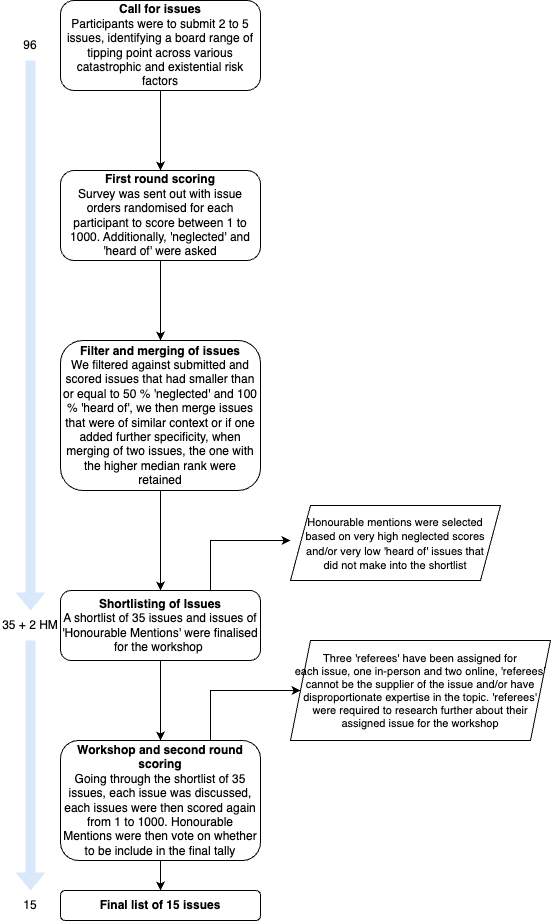
Above: docs/figures/HS_process.png in chrischank/GCR-Horizon-Scan (draw.io), before the change. Source tidied: cells renumbered, new cells last; positions are measured from the earlier drawing's top-left corner, leaving out a move shared by most shapes.
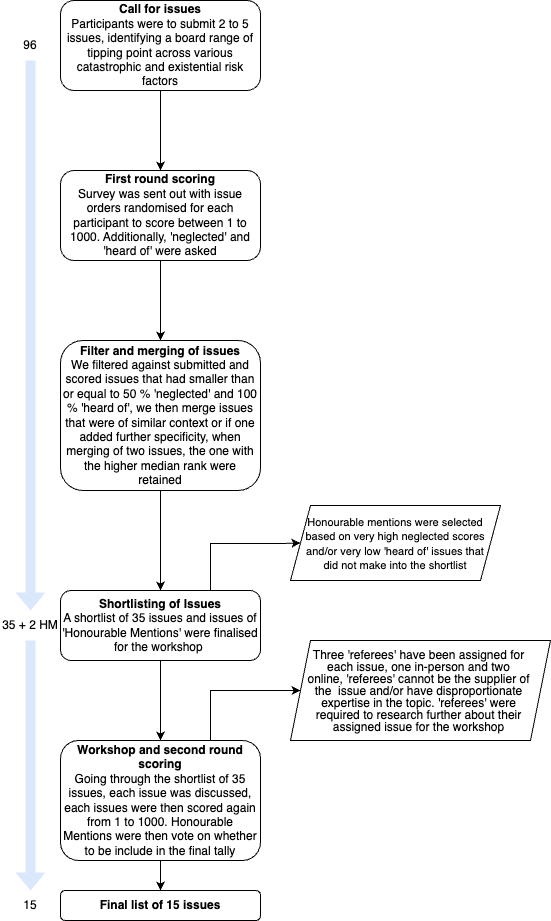
The same file after the commit.

The edit, as a diff of the source:
```diff
@@ -26,6 +26,14 @@
     <mxCell id="9" style="edgeStyle=orthogonalEdgeStyle;rounded=0;jettySize=auto;html=1;" parent="1" edge="1" source="10" target="13">
       <mxGeometry relative="1" as="geometry" />
     </mxCell>
+    <mxCell id="22" style="edgeStyle=orthogonalEdgeStyle;rounded=0;jettySize=auto;html=1;exitX=0.75;exitY=0;exitDx=0;exitDy=0;entryX=0;entryY=0.5;entryDx=0;entryDy=0;" parent="1" edge="1" source="10" target="21">
+      <mxGeometry relative="1" as="geometry">
+        <Array as="points">
+          <mxPoint x="210" y="543" />
+          <mxPoint x="280" y="543" />
+        </Array>
+      </mxGeometry>
+    </mxCell>
     <mxCell id="10" value="&lt;b&gt;Shortlisting of Issues&lt;/b&gt;&lt;br&gt;A shortlist of 35 issues and issues of 'Honourable Mentions' were finalised for the workshop&amp;nbsp;" style="rounded=1;whiteSpace=wrap;html=1;fontSize=12;glass=0;strokeWidth=1;shadow=0;" parent="1" vertex="1">
       <mxGeometry x="60" y="590" width="200" height="70" as="geometry" />
     </mxCell>
@@ -56,14 +64,11 @@
     <mxCell id="19" style="shape=flexArrow;endArrow=classic;html=1;rounded=0;exitX=0.5;exitY=1;exitDx=0;exitDy=0;strokeWidth=0;startSize=6;shadow=0;fillColor=#dae8fc;strokeColor=none;entryX=0.5;entryY=0;entryDx=0;entryDy=0;" parent="1" edge="1" source="16" target="17">
       <mxGeometry relative="1" as="geometry" />
     </mxCell>
-    <mxCell id="20" value="&lt;p style=&quot;line-height: 100%;&quot;&gt;&lt;font style=&quot;font-size: 11px;&quot;&gt;Three 'referees' have been assigned for each&amp;nbsp;issue,&amp;nbsp;&lt;/font&gt;&lt;span style=&quot;background-color: initial; font-size: 11px;&quot;&gt;one in-person and two online,&amp;nbsp;&lt;/span&gt;&lt;span style=&quot;background-color: initial; font-size: 11px;&quot;&gt;'referees' cannot be the supplier of the issue and/or have disproportionate expertise in the topic. 'referees' were required to research further about their assigned issue for the workshop&lt;/span&gt;&lt;/p&gt;" style="shape=parallelogram;perimeter=parallelogramPerimeter;whiteSpace=wrap;html=1;fixedSize=1;" parent="1" vertex="1">
+    <mxCell id="20" value="&lt;p style=&quot;line-height: 100%;&quot;&gt;&lt;font style=&quot;font-size: 12px;&quot;&gt;Three 'referees' have been assigned for each&amp;nbsp;issue,&amp;nbsp;&lt;/font&gt;&lt;span style=&quot;background-color: initial;&quot;&gt;one in-person and two online,&amp;nbsp;&lt;/span&gt;&lt;span style=&quot;background-color: initial;&quot;&gt;'referees' cannot be the supplier of the&amp;nbsp;&lt;/span&gt;&lt;span style=&quot;background-color: initial;&quot;&gt;&amp;nbsp;issue and/or have disproportionate expertise in the topic. 'referees' were required to research further about their assigned issue for the workshop&lt;/span&gt;&lt;/p&gt;" style="shape=parallelogram;perimeter=parallelogramPerimeter;whiteSpace=wrap;html=1;fixedSize=1;align=center;horizontal=1;verticalAlign=middle;spacingLeft=7;spacingRight=10;" parent="1" vertex="1">
       <mxGeometry x="290" y="640" width="260" height="100" as="geometry" />
     </mxCell>
-    <mxCell id="21" value="&lt;font style=&quot;font-size: 11px;&quot;&gt;Honourable mentions were selected based on very high neglected scores and/or very low 'heard of' issues that &lt;br&gt;did not make into the shortlist&lt;/font&gt;" style="shape=parallelogram;perimeter=parallelogramPerimeter;whiteSpace=wrap;html=1;fixedSize=1;" parent="1" vertex="1">
+    <mxCell id="21" value="&lt;font style=&quot;font-size: 11px;&quot;&gt;Honourable mentions were selected based on very high neglected scores and/or very low 'heard of' issues that &lt;br&gt;did not make into the shortlist&lt;/font&gt;" style="shape=parallelogram;perimeter=parallelogramPerimeter;whiteSpace=wrap;html=1;fixedSize=1;spacingLeft=5;spacingRight=5;" parent="1" vertex="1">
       <mxGeometry x="290" y="505" width="210" height="75" as="geometry" />
     </mxCell>
-    <mxCell id="22" style="edgeStyle=orthogonalEdgeStyle;rounded=0;jettySize=auto;html=1;exitX=0.75;exitY=0;exitDx=0;exitDy=0;entryX=0;entryY=0.467;entryDx=0;entryDy=0;entryPerimeter=0;" parent="1" edge="1" source="10" target="21">
-      <mxGeometry relative="1" as="geometry" />
-    </mxCell>
   </root>
 </mxGraphModel>
```
